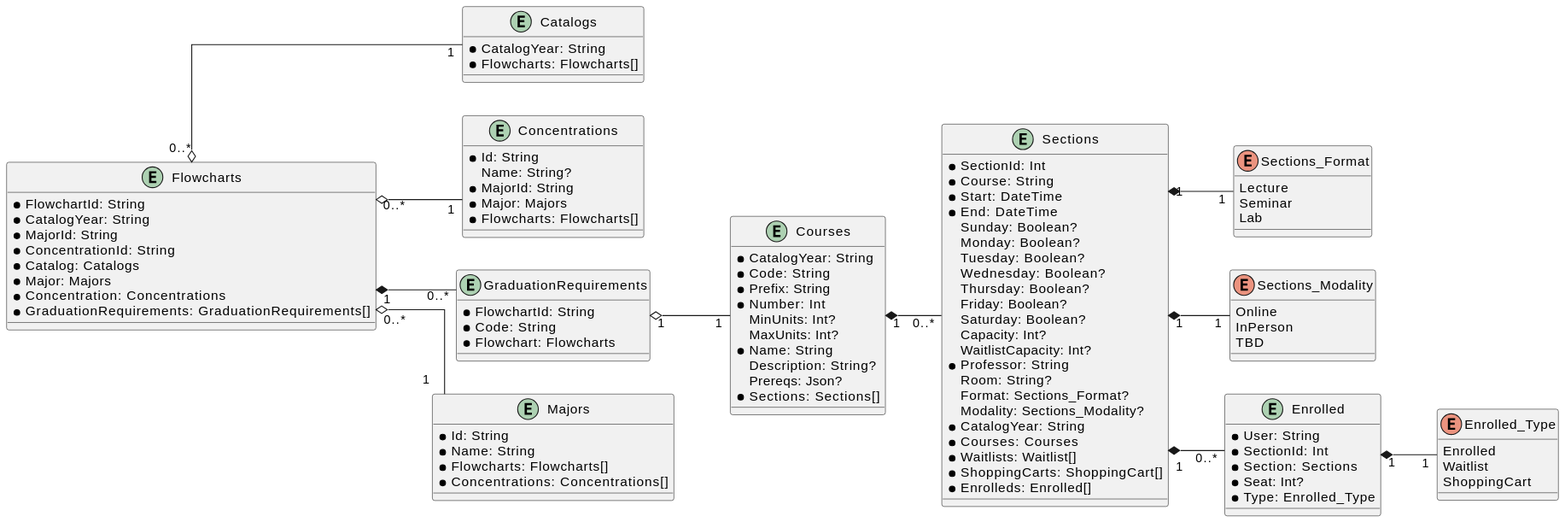
Before: client/prisma/uml.svg, a diagram exported from PlantUML (IdoPesok/enroller).
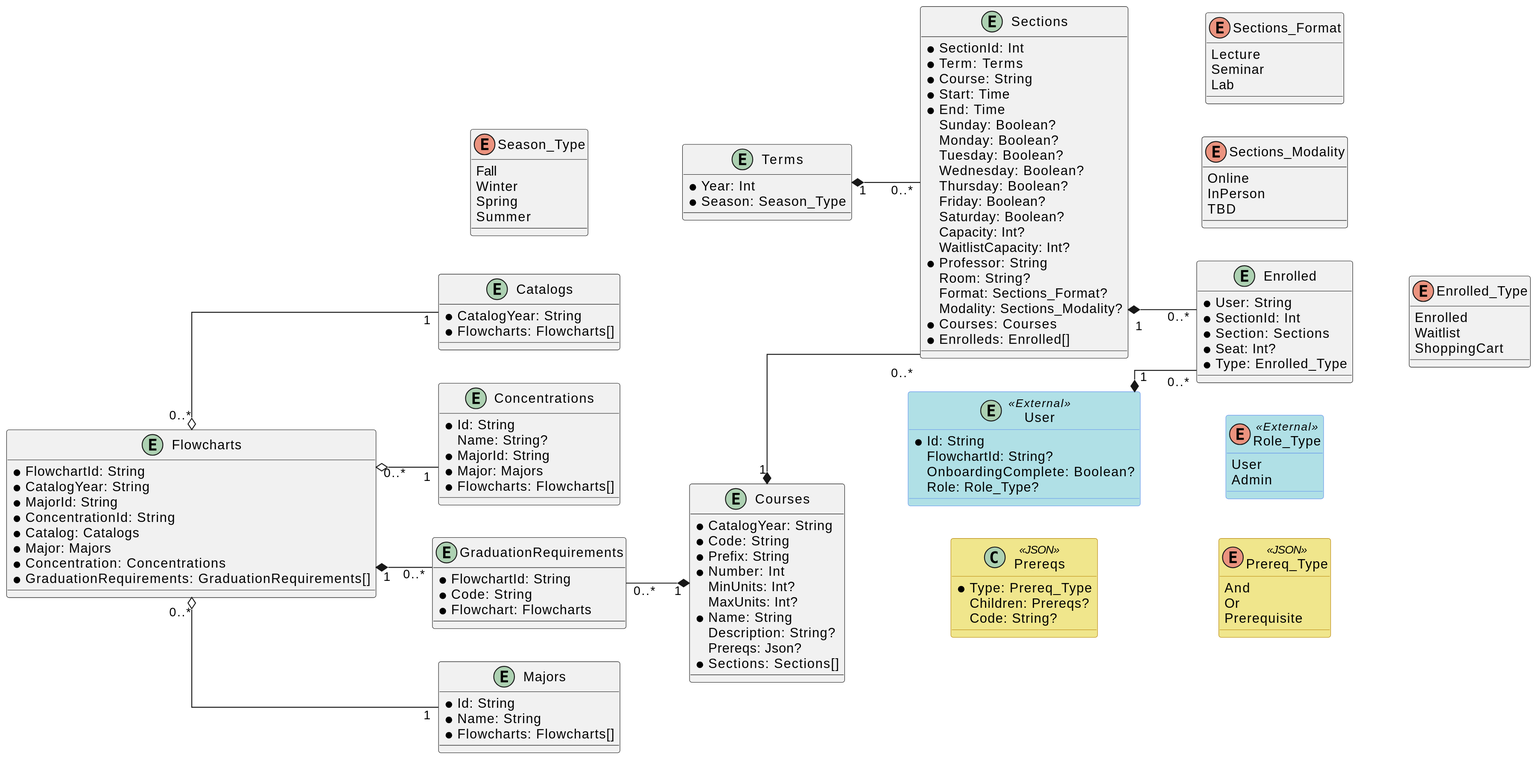
Later version of the same file.

Commit message:
Schema-uml-fixes (#73)

* fix invalidation bug

* fix schema

* Update DB UML Diagram

---------

What changed in the source:
```diff
@@ -1,5 +1,13 @@
 @startuml
 skinparam linetype ortho
+skinparam Dpi 192
+
+skinparam class {
+  BackgroundColor<<External>> PowderBlue
+  BorderColor<<External>> CornflowerBlue
+  BackgroundColor<<JSON>> Khaki
+  BorderColor<<JSON>> DarkGoldenRod
+}
 
 left to right direction
 
@@ -42,11 +50,24 @@
   * Type: Enrolled_Type
 }
 
+entity Terms {
+  * Year: Int
+  * Season: Season_Type
+}
+
+enum Season_Type {
+  Fall
+  Winter
+  Spring
+  Summer
+}
+
 entity Sections {
   * SectionId: Int
+  * Term: Terms
   * Course: String
-  * Start: DateTime
-  * End: DateTime
+  * Start: Time
+  * End: Time
   Sunday: Boolean?
   Monday: Boolean?
   Tuesday: Boolean?
@@ -60,10 +81,7 @@
   Room: String?
   Format: Sections_Format?
   Modality: Sections_Modality?
-  * CatalogYear: String
   * Courses: Courses
-  * Waitlists: Waitlist[]
-  * ShoppingCarts: ShoppingCart[]
   * Enrolleds: Enrolled[]
 }
 
@@ -101,17 +119,47 @@
   * Id: String
   * Name: String
   * Flowcharts: Flowcharts[]
-  * Concentrations: Concentrations[]
 }
 
+entity User <<External>> {
+  * Id: String
+  FlowchartId: String?
+  OnboardingComplete: Boolean?
+  Role: Role_Type?
+}
+
+enum Role_Type <<External>> {
+  User
+  Admin
+}
+
+class Prereqs <<JSON>> {
+  * Type: Prereq_Type
+  Children: Prereqs?
+  Code: String?
+}
+
+enum Prereq_Type <<JSON>> {
+  And
+  Or
+  Prerequisite
+}
+
+
 Courses "1" *-- "0..*" Sections
+Terms "1" *-- "0..*" Sections
 Sections "1" *-- "0..*" Enrolled
-Enrolled "1" *-- "1" Enrolled_Type
-Sections "1" *-- "1" Sections_Format
-Sections "1" *-- "1" Sections_Modality
 Flowcharts "0..*" o-- "1" Catalogs
 Flowcharts "0..*" o-- "1" Concentrations
 Flowcharts "0..*" o-- "1" Majors
 Flowcharts "1" *-- "0..*" GraduationRequirements
-GraduationRequirements "1"  o-- "1" Courses
+GraduationRequirements "0..*"  --* "1" Courses
+User "1" *-- "0..*" Enrolled
+Enrolled -[hidden]- Enrolled_Type
+Sections -[hidden]- Sections_Format
+Sections -[hidden]- Sections_Modality
+User -[hidden]- Role_Type
+Prereqs -[hidden]- Prereq_Type
+Courses -[hidden]- Prereqs
+Terms -up[hidden]- Season_Type
 @enduml
```
